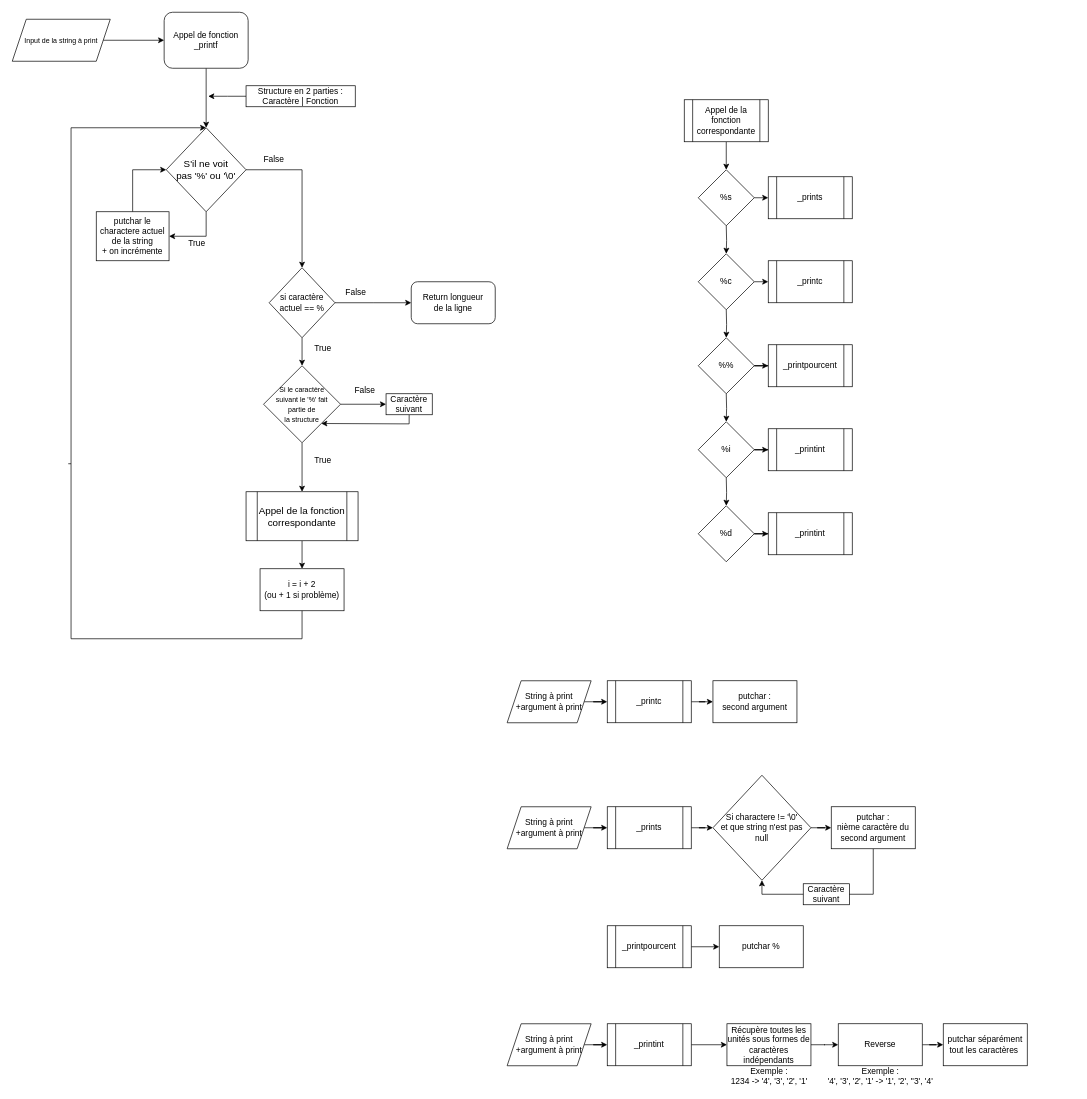
This is Flowchart Printf.drawio from Tulkiidra/holbertonschool-printf, a draw.io file, before an edit. Source tidied: cells renumbered, new cells numbered last; positions are measured from the earlier drawing's top-left corner, leaving out a move shared by most shapes. Both pictures are drawn from the tidied source at 70%, with x=0, y=0 at pixel (12, 12).
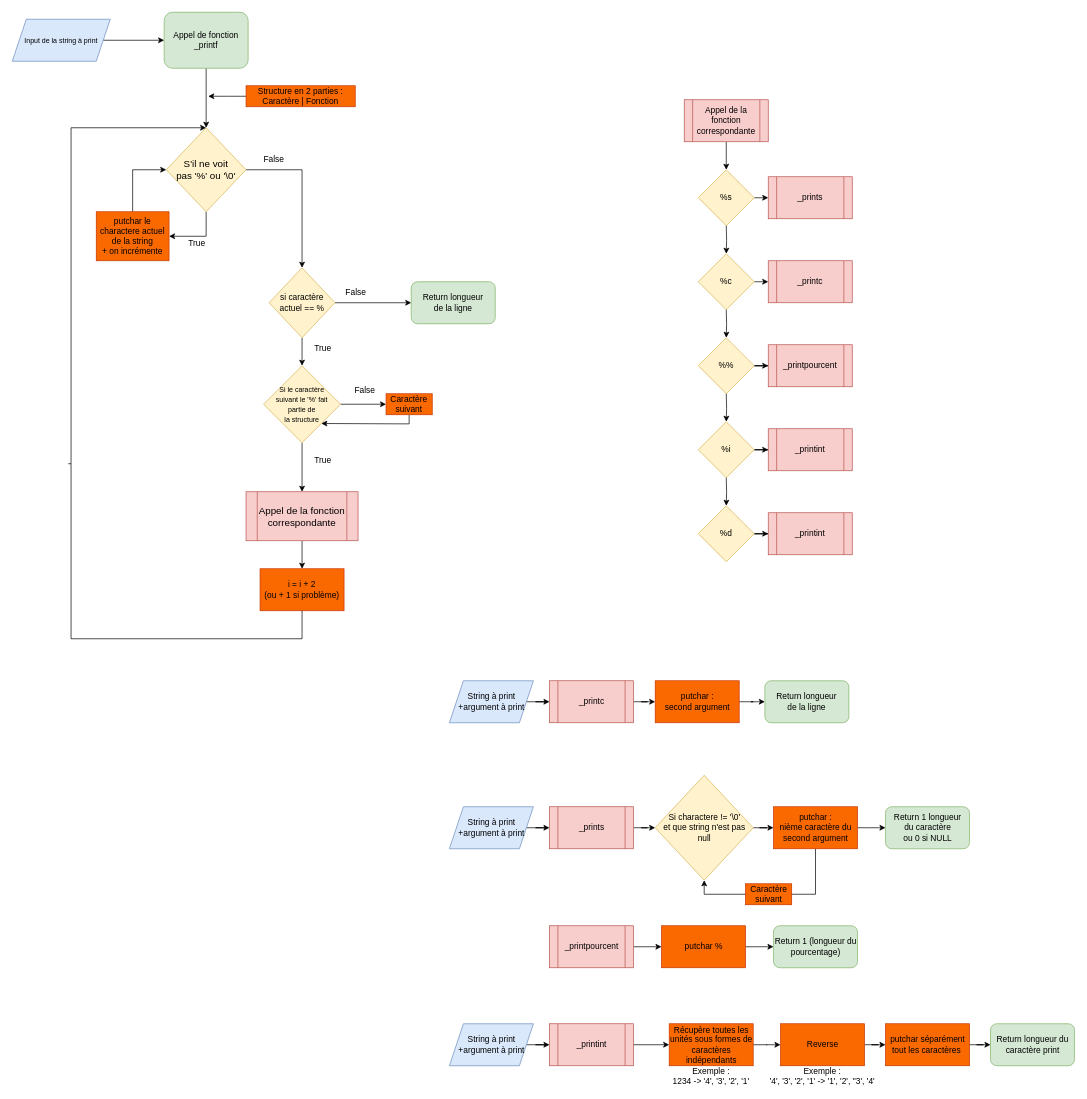
The same diagram, later.

Commit message:
Mettre à jour Flowchart Printf.drawio

Diff of the diagram source:
```diff
@@
-    <mxCell id="3" value="Appel de fonction _printf" style="rounded=1;whiteSpace=wrap;html=1;fontFamily=Helvetica;fontSize=12;fontColor=default;align=center;strokeColor=default;fillColor=default;" parent="1" vertex="1">
+    <mxCell id="3" value="Appel de fonction _printf" style="rounded=1;whiteSpace=wrap;html=1;fontFamily=Helvetica;fontSize=12;align=center;strokeColor=#82b366;fillColor=#d5e8d4;" parent="1" vertex="1">
       <mxGeometry x="217" width="120" height="80" as="geometry" />
     </mxCell>
@@
-    <mxCell id="6" value="&lt;font style=&quot;font-size: 14px;&quot;&gt;S'il ne voit &lt;br&gt;pas '%' ou '\0'&lt;/font&gt;" style="rhombus;whiteSpace=wrap;html=1;" parent="1" vertex="1">
+    <mxCell id="6" value="&lt;font style=&quot;font-size: 14px;&quot;&gt;S'il ne voit &lt;br&gt;pas '%' ou '\0'&lt;/font&gt;" style="rhombus;whiteSpace=wrap;html=1;fillColor=#fff2cc;strokeColor=#d6b656;" parent="1" vertex="1">
       <mxGeometry x="220" y="165" width="114" height="120" as="geometry" />
     </mxCell>
@@
-    <mxCell id="8" value="putchar le charactere actuel de la string&lt;br&gt;+ on incrémente" style="rounded=0;whiteSpace=wrap;html=1;" parent="1" vertex="1">
+    <mxCell id="8" value="putchar le charactere actuel de la string&lt;br&gt;+ on incrémente" style="rounded=0;whiteSpace=wrap;html=1;fillColor=#fa6800;strokeColor=#C73500;fontColor=#000000;" parent="1" vertex="1">
       <mxGeometry x="120" y="285" width="104" height="70" as="geometry" />
     </mxCell>
@@
-    <mxCell id="11" value="si caractère actuel == %" style="rhombus;whiteSpace=wrap;html=1;" parent="1" vertex="1">
+    <mxCell id="11" value="si caractère actuel == %" style="rhombus;whiteSpace=wrap;html=1;fillColor=#fff2cc;strokeColor=#d6b656;" parent="1" vertex="1">
       <mxGeometry x="367" y="365" width="94" height="100" as="geometry" />
     </mxCell>
@@
-    <mxCell id="14" value="&lt;font style=&quot;font-size: 10px;&quot;&gt;Si le caractère&lt;br&gt;suivant le '%' fait&lt;br&gt;partie de &lt;br&gt;la structure&lt;/font&gt;" style="rhombus;whiteSpace=wrap;html=1;" parent="1" vertex="1">
+    <mxCell id="14" value="&lt;font style=&quot;font-size: 10px;&quot;&gt;Si le caractère&lt;br&gt;suivant le '%' fait&lt;br&gt;partie de &lt;br&gt;la structure&lt;/font&gt;" style="rhombus;whiteSpace=wrap;html=1;fillColor=#fff2cc;strokeColor=#d6b656;" parent="1" vertex="1">
       <mxGeometry x="359" y="505" width="110" height="110" as="geometry" />
     </mxCell>
@@
-    <mxCell id="16" value="Caractère suivant" style="rounded=0;whiteSpace=wrap;html=1;" parent="1" vertex="1">
+    <mxCell id="16" value="Caractère suivant" style="rounded=0;whiteSpace=wrap;html=1;fillColor=#fa6800;strokeColor=#C73500;fontColor=#000000;" parent="1" vertex="1">
       <mxGeometry x="534" y="545" width="66" height="30" as="geometry" />
     </mxCell>
@@
-    <mxCell id="18" value="i = i + 2&lt;br&gt;(ou + 1 si problème)" style="rounded=0;whiteSpace=wrap;html=1;" parent="1" vertex="1">
+    <mxCell id="18" value="i = i + 2&lt;br&gt;(ou + 1 si problème)" style="rounded=0;whiteSpace=wrap;html=1;fillColor=#fa6800;strokeColor=#C73500;fontColor=#000000;" parent="1" vertex="1">
       <mxGeometry x="354" y="795" width="120" height="60" as="geometry" />
     </mxCell>
@@
-    <mxCell id="26" value="Structure en 2 parties :&lt;br&gt;Caractère | Fonction" style="rounded=0;whiteSpace=wrap;html=1;" parent="1" vertex="1">
+    <mxCell id="26" value="Structure en 2 parties :&lt;br&gt;Caractère | Fonction" style="rounded=0;whiteSpace=wrap;html=1;fillColor=#fa6800;strokeColor=#C73500;fontColor=#000000;" parent="1" vertex="1">
       <mxGeometry x="334" y="105" width="156" height="30" as="geometry" />
     </mxCell>
@@
-    <mxCell id="28" value="Appel de la fonction correspondante" style="shape=process;whiteSpace=wrap;html=1;backgroundOutline=1;fontSize=14;" parent="1" vertex="1">
+    <mxCell id="28" value="Appel de la fonction correspondante" style="shape=process;whiteSpace=wrap;html=1;backgroundOutline=1;fontSize=14;fillColor=#f8cecc;strokeColor=#b85450;" parent="1" vertex="1">
       <mxGeometry x="334" y="685" width="160" height="70" as="geometry" />
     </mxCell>
@@
-    <mxCell id="30" value="Input de la string à print" style="shape=parallelogram;perimeter=parallelogramPerimeter;whiteSpace=wrap;html=1;fixedSize=1;fontSize=10;" parent="1" vertex="1">
+    <mxCell id="30" value="Input de la string à print" style="shape=parallelogram;perimeter=parallelogramPerimeter;whiteSpace=wrap;html=1;fixedSize=1;fontSize=10;fillColor=#dae8fc;strokeColor=#6c8ebf;" parent="1" vertex="1">
       <mxGeometry y="10" width="140" height="60" as="geometry" />
     </mxCell>
@@
-    <mxCell id="32" value="&lt;font style=&quot;font-size: 12px;&quot;&gt;Return longueur&lt;br&gt;de la ligne&lt;/font&gt;" style="rounded=1;whiteSpace=wrap;html=1;fontSize=10;" parent="1" vertex="1">
+    <mxCell id="32" value="&lt;font style=&quot;font-size: 12px;&quot;&gt;Return longueur&lt;br&gt;de la ligne&lt;/font&gt;" style="rounded=1;whiteSpace=wrap;html=1;fontSize=10;fillColor=#d5e8d4;strokeColor=#82b366;" parent="1" vertex="1">
       <mxGeometry x="570" y="385" width="120" height="60" as="geometry" />
     </mxCell>
@@
-    <mxCell id="34" value="Appel de la fonction correspondante" style="shape=process;whiteSpace=wrap;html=1;backgroundOutline=1;fontSize=12;" parent="1" vertex="1">
+    <mxCell id="34" value="Appel de la fonction correspondante" style="shape=process;whiteSpace=wrap;html=1;backgroundOutline=1;fontSize=12;fillColor=#f8cecc;strokeColor=#b85450;" parent="1" vertex="1">
       <mxGeometry x="960" y="125" width="120" height="60" as="geometry" />
     </mxCell>
@@
-    <mxCell id="36" value="%s" style="rhombus;whiteSpace=wrap;html=1;fontSize=12;" parent="1" vertex="1">
+    <mxCell id="36" value="%s" style="rhombus;whiteSpace=wrap;html=1;fontSize=12;fillColor=#fff2cc;strokeColor=#d6b656;" parent="1" vertex="1">
       <mxGeometry x="980" y="225" width="80" height="80" as="geometry" />
     </mxCell>
@@
-    <mxCell id="39" value="%c" style="rhombus;whiteSpace=wrap;html=1;fontSize=12;" parent="1" vertex="1">
+    <mxCell id="39" value="%c" style="rhombus;whiteSpace=wrap;html=1;fontSize=12;fillColor=#fff2cc;strokeColor=#d6b656;" parent="1" vertex="1">
       <mxGeometry x="980" y="345" width="80" height="80" as="geometry" />
     </mxCell>
@@
-    <mxCell id="42" value="%%" style="rhombus;whiteSpace=wrap;html=1;fontSize=12;" parent="1" vertex="1">
+    <mxCell id="42" value="%%" style="rhombus;whiteSpace=wrap;html=1;fontSize=12;fillColor=#fff2cc;strokeColor=#d6b656;" parent="1" vertex="1">
       <mxGeometry x="980" y="465" width="80" height="80" as="geometry" />
     </mxCell>
@@
-    <mxCell id="45" value="%i" style="rhombus;whiteSpace=wrap;html=1;fontSize=12;" parent="1" vertex="1">
+    <mxCell id="45" value="%i" style="rhombus;whiteSpace=wrap;html=1;fontSize=12;fillColor=#fff2cc;strokeColor=#d6b656;" parent="1" vertex="1">
       <mxGeometry x="980" y="585" width="80" height="80" as="geometry" />
     </mxCell>
@@
-    <mxCell id="48" value="%d" style="rhombus;whiteSpace=wrap;html=1;fontSize=12;" parent="1" vertex="1">
+    <mxCell id="48" value="%d" style="rhombus;whiteSpace=wrap;html=1;fontSize=12;fillColor=#fff2cc;strokeColor=#d6b656;" parent="1" vertex="1">
       <mxGeometry x="980" y="705" width="80" height="80" as="geometry" />
     </mxCell>
-    <mxCell id="49" value="_prints" style="shape=process;whiteSpace=wrap;html=1;backgroundOutline=1;fontSize=12;" parent="1" vertex="1">
+    <mxCell id="49" value="_prints" style="shape=process;whiteSpace=wrap;html=1;backgroundOutline=1;fontSize=12;fillColor=#f8cecc;strokeColor=#b85450;" parent="1" vertex="1">
       <mxGeometry x="1080" y="235" width="120" height="60" as="geometry" />
     </mxCell>
-    <mxCell id="50" value="_printc" style="shape=process;whiteSpace=wrap;html=1;backgroundOutline=1;fontSize=12;" parent="1" vertex="1">
+    <mxCell id="50" value="_printc" style="shape=process;whiteSpace=wrap;html=1;backgroundOutline=1;fontSize=12;fillColor=#f8cecc;strokeColor=#b85450;" parent="1" vertex="1">
       <mxGeometry x="1080" y="355" width="120" height="60" as="geometry" />
     </mxCell>
-    <mxCell id="51" value="_printpourcent" style="shape=process;whiteSpace=wrap;html=1;backgroundOutline=1;fontSize=12;" parent="1" vertex="1">
+    <mxCell id="51" value="_printpourcent" style="shape=process;whiteSpace=wrap;html=1;backgroundOutline=1;fontSize=12;fillColor=#f8cecc;strokeColor=#b85450;" parent="1" vertex="1">
       <mxGeometry x="1080" y="475" width="120" height="60" as="geometry" />
     </mxCell>
-    <mxCell id="52" value="_printint" style="shape=process;whiteSpace=wrap;html=1;backgroundOutline=1;fontSize=12;" parent="1" vertex="1">
+    <mxCell id="52" value="_printint" style="shape=process;whiteSpace=wrap;html=1;backgroundOutline=1;fontSize=12;fillColor=#f8cecc;strokeColor=#b85450;" parent="1" vertex="1">
       <mxGeometry x="1080" y="595" width="120" height="60" as="geometry" />
     </mxCell>
-    <mxCell id="53" value="_printint" style="shape=process;whiteSpace=wrap;html=1;backgroundOutline=1;fontSize=12;" parent="1" vertex="1">
+    <mxCell id="53" value="_printint" style="shape=process;whiteSpace=wrap;html=1;backgroundOutline=1;fontSize=12;fillColor=#f8cecc;strokeColor=#b85450;" parent="1" vertex="1">
       <mxGeometry x="1080" y="715" width="120" height="60" as="geometry" />
     </mxCell>
@@
-    <mxCell id="55" value="_printc" style="shape=process;whiteSpace=wrap;html=1;backgroundOutline=1;fontSize=12;" parent="1" vertex="1">
-      <mxGeometry x="850" y="955" width="120" height="60" as="geometry" />
+    <mxCell id="55" value="_printc" style="shape=process;whiteSpace=wrap;html=1;backgroundOutline=1;fontSize=12;fillColor=#f8cecc;strokeColor=#b85450;" parent="1" vertex="1">
+      <mxGeometry x="767.5" y="955" width="120" height="60" as="geometry" />
     </mxCell>
@@
-    <mxCell id="57" value="String à print&lt;br&gt;+argument à print" style="shape=parallelogram;perimeter=parallelogramPerimeter;whiteSpace=wrap;html=1;fixedSize=1;fontSize=12;" parent="1" vertex="1">
-      <mxGeometry x="707" y="955" width="120" height="60" as="geometry" />
+    <mxCell id="57" value="String à print&lt;br&gt;+argument à print" style="shape=parallelogram;perimeter=parallelogramPerimeter;whiteSpace=wrap;html=1;fixedSize=1;fontSize=12;fillColor=#dae8fc;strokeColor=#6c8ebf;" parent="1" vertex="1">
+      <mxGeometry x="624.5" y="955" width="120" height="60" as="geometry" />
     </mxCell>
+    <mxCell id="82" style="edgeStyle=orthogonalEdgeStyle;rounded=0;jettySize=auto;html=1;" parent="1" edge="1" source="58" target="86">
+      <mxGeometry relative="1" as="geometry" />
+    </mxCell>
-    <mxCell id="58" value="putchar :&lt;br&gt;second argument" style="rounded=0;whiteSpace=wrap;html=1;fontSize=12;" parent="1" vertex="1">
-      <mxGeometry x="1001" y="955" width="120" height="60" as="geometry" />
+    <mxCell id="58" value="putchar :&lt;br&gt;second argument" style="rounded=0;whiteSpace=wrap;html=1;fontSize=12;fillColor=#fa6800;strokeColor=#C73500;fontColor=#000000;" parent="1" vertex="1">
+      <mxGeometry x="918.5" y="955" width="120" height="60" as="geometry" />
     </mxCell>
@@
-    <mxCell id="60" value="_prints" style="shape=process;whiteSpace=wrap;html=1;backgroundOutline=1;fontSize=12;" parent="1" vertex="1">
-      <mxGeometry x="850" y="1135" width="120" height="60" as="geometry" />
+    <mxCell id="60" value="_prints" style="shape=process;whiteSpace=wrap;html=1;backgroundOutline=1;fontSize=12;fillColor=#f8cecc;strokeColor=#b85450;" parent="1" vertex="1">
+      <mxGeometry x="767.5" y="1135" width="120" height="60" as="geometry" />
     </mxCell>
@@
-    <mxCell id="62" value="String à print&lt;br&gt;+argument à print" style="shape=parallelogram;perimeter=parallelogramPerimeter;whiteSpace=wrap;html=1;fixedSize=1;fontSize=12;" parent="1" vertex="1">
-      <mxGeometry x="707" y="1135" width="120" height="60" as="geometry" />
+    <mxCell id="62" value="String à print&lt;br&gt;+argument à print" style="shape=parallelogram;perimeter=parallelogramPerimeter;whiteSpace=wrap;html=1;fixedSize=1;fontSize=12;fillColor=#dae8fc;strokeColor=#6c8ebf;" parent="1" vertex="1">
+      <mxGeometry x="624.5" y="1135" width="120" height="60" as="geometry" />
     </mxCell>
     <mxCell id="63" style="edgeStyle=orthogonalEdgeStyle;rounded=0;jettySize=auto;html=1;fontSize=12;entryX=0.5;entryY=1;entryDx=0;entryDy=0;" parent="1" edge="1" source="64" target="66">
       <mxGeometry relative="1" as="geometry">
         <Array as="points">
-          <mxPoint x="1230" y="1260" />
-          <mxPoint x="1071" y="1260" />
+          <mxPoint x="1147.5" y="1260" />
+          <mxPoint x="988.5" y="1260" />
         </Array>
       </mxGeometry>
     </mxCell>
+    <mxCell id="83" style="edgeStyle=orthogonalEdgeStyle;rounded=0;jettySize=auto;html=1;" parent="1" edge="1" source="64" target="87">
+      <mxGeometry relative="1" as="geometry" />
+    </mxCell>
-    <mxCell id="64" value="putchar :&lt;br&gt;nième caractère du second argument" style="rounded=0;whiteSpace=wrap;html=1;fontSize=12;" parent="1" vertex="1">
-      <mxGeometry x="1170" y="1135" width="120" height="60" as="geometry" />
+    <mxCell id="64" value="putchar :&lt;br&gt;nième caractère du second argument" style="rounded=0;whiteSpace=wrap;html=1;fontSize=12;fillColor=#fa6800;strokeColor=#C73500;fontColor=#000000;" parent="1" vertex="1">
+      <mxGeometry x="1087.5" y="1135" width="120" height="60" as="geometry" />
     </mxCell>
@@
-    <mxCell id="66" value="Si charactere != '\0'&lt;br&gt;et que string n'est pas null" style="rhombus;whiteSpace=wrap;html=1;fontSize=12;" parent="1" vertex="1">
-      <mxGeometry x="1001" y="1090" width="140" height="150" as="geometry" />
+    <mxCell id="66" value="Si charactere != '\0'&lt;br&gt;et que string n'est pas null" style="rhombus;whiteSpace=wrap;html=1;fontSize=12;fillColor=#fff2cc;strokeColor=#d6b656;" parent="1" vertex="1">
+      <mxGeometry x="918.5" y="1090" width="140" height="150" as="geometry" />
     </mxCell>
-    <mxCell id="67" value="Caractère suivant" style="rounded=0;whiteSpace=wrap;html=1;" parent="1" vertex="1">
-      <mxGeometry x="1130" y="1245" width="66" height="30" as="geometry" />
+    <mxCell id="67" value="Caractère suivant" style="rounded=0;whiteSpace=wrap;html=1;fillColor=#fa6800;strokeColor=#C73500;fontColor=#000000;" parent="1" vertex="1">
+      <mxGeometry x="1047.5" y="1245" width="66" height="30" as="geometry" />
     </mxCell>
@@
-    <mxCell id="69" value="_printpourcent" style="shape=process;whiteSpace=wrap;html=1;backgroundOutline=1;fontSize=12;" parent="1" vertex="1">
-      <mxGeometry x="850" y="1305" width="120" height="60" as="geometry" />
+    <mxCell id="69" value="_printpourcent" style="shape=process;whiteSpace=wrap;html=1;backgroundOutline=1;fontSize=12;fillColor=#f8cecc;strokeColor=#b85450;" parent="1" vertex="1">
+      <mxGeometry x="767.5" y="1305" width="120" height="60" as="geometry" />
     </mxCell>
+    <mxCell id="84" style="edgeStyle=orthogonalEdgeStyle;rounded=0;jettySize=auto;html=1;" parent="1" edge="1" source="70" target="88">
+      <mxGeometry relative="1" as="geometry" />
+    </mxCell>
-    <mxCell id="70" value="putchar %" style="rounded=0;whiteSpace=wrap;html=1;fontSize=12;" parent="1" vertex="1">
-      <mxGeometry x="1010" y="1305" width="120" height="60" as="geometry" />
+    <mxCell id="70" value="putchar %" style="rounded=0;whiteSpace=wrap;html=1;fontSize=12;fillColor=#fa6800;strokeColor=#C73500;fontColor=#000000;" parent="1" vertex="1">
+      <mxGeometry x="927.5" y="1305" width="120" height="60" as="geometry" />
     </mxCell>
@@
-    <mxCell id="72" value="_printint" style="shape=process;whiteSpace=wrap;html=1;backgroundOutline=1;fontSize=12;" parent="1" vertex="1">
-      <mxGeometry x="850" y="1445" width="120" height="60" as="geometry" />
+    <mxCell id="72" value="_printint" style="shape=process;whiteSpace=wrap;html=1;backgroundOutline=1;fontSize=12;fillColor=#f8cecc;strokeColor=#b85450;" parent="1" vertex="1">
+      <mxGeometry x="767.5" y="1445" width="120" height="60" as="geometry" />
     </mxCell>
@@
-    <mxCell id="74" value="String à print&lt;br&gt;+argument à print" style="shape=parallelogram;perimeter=parallelogramPerimeter;whiteSpace=wrap;html=1;fixedSize=1;fontSize=12;" parent="1" vertex="1">
-      <mxGeometry x="707" y="1445" width="120" height="60" as="geometry" />
+    <mxCell id="74" value="String à print&lt;br&gt;+argument à print" style="shape=parallelogram;perimeter=parallelogramPerimeter;whiteSpace=wrap;html=1;fixedSize=1;fontSize=12;fillColor=#dae8fc;strokeColor=#6c8ebf;" parent="1" vertex="1">
+      <mxGeometry x="624.5" y="1445" width="120" height="60" as="geometry" />
     </mxCell>
@@
-    <mxCell id="76" value="Récupère toutes les unités sous formes de caractères indépendants" style="rounded=0;whiteSpace=wrap;html=1;fontSize=12;" parent="1" vertex="1">
-      <mxGeometry x="1021" y="1445" width="120" height="60" as="geometry" />
+    <mxCell id="76" value="Récupère toutes les unités sous formes de caractères indépendants" style="rounded=0;whiteSpace=wrap;html=1;fontSize=12;fillColor=#fa6800;strokeColor=#C73500;fontColor=#000000;" parent="1" vertex="1">
+      <mxGeometry x="938.5" y="1445" width="120" height="60" as="geometry" />
     </mxCell>
     <mxCell id="77" value="Exemple : &lt;br&gt;1234 -&amp;gt; '4', '3', '2', '1'" style="text;html=1;strokeColor=none;fillColor=none;align=center;verticalAlign=middle;whiteSpace=wrap;rounded=0;fontSize=12;" parent="1" vertex="1">
-      <mxGeometry x="1016.5" y="1505" width="129" height="30" as="geometry" />
+      <mxGeometry x="934" y="1505" width="129" height="30" as="geometry" />
     </mxCell>
@@
-    <mxCell id="79" value="Reverse" style="rounded=0;whiteSpace=wrap;html=1;fontSize=12;" parent="1" vertex="1">
-      <mxGeometry x="1180" y="1445" width="120" height="60" as="geometry" />
+    <mxCell id="79" value="Reverse" style="rounded=0;whiteSpace=wrap;html=1;fontSize=12;fillColor=#fa6800;strokeColor=#C73500;fontColor=#000000;" parent="1" vertex="1">
+      <mxGeometry x="1097.5" y="1445" width="120" height="60" as="geometry" />
     </mxCell>
     <mxCell id="80" value="Exemple : &lt;br&gt;'4', '3', '2', '1' -&amp;gt; '1', '2', ''3', '4'" style="text;html=1;strokeColor=none;fillColor=none;align=center;verticalAlign=middle;whiteSpace=wrap;rounded=0;fontSize=12;" parent="1" vertex="1">
-      <mxGeometry x="1157.8" y="1505" width="164.5" height="30" as="geometry" />
+      <mxGeometry x="1075.2" y="1505" width="164.5" height="30" as="geometry" />
     </mxCell>
+    <mxCell id="85" style="edgeStyle=orthogonalEdgeStyle;rounded=0;jettySize=auto;html=1;" parent="1" edge="1" source="81" target="89">
+      <mxGeometry relative="1" as="geometry" />
+    </mxCell>
-    <mxCell id="81" value="putchar séparément tout les caractères&amp;nbsp;" style="rounded=0;whiteSpace=wrap;html=1;fontSize=12;" parent="1" vertex="1">
-      <mxGeometry x="1330" y="1445" width="120" height="60" as="geometry" />
+    <mxCell id="81" value="putchar séparément tout les caractères&amp;nbsp;" style="rounded=0;whiteSpace=wrap;html=1;fontSize=12;fillColor=#fa6800;strokeColor=#C73500;fontColor=#000000;" parent="1" vertex="1">
+      <mxGeometry x="1247.5" y="1445" width="120" height="60" as="geometry" />
     </mxCell>
+    <mxCell id="86" value="&lt;font style=&quot;font-size: 12px;&quot;&gt;Return longueur&lt;br&gt;de la ligne&lt;/font&gt;" style="rounded=1;whiteSpace=wrap;html=1;fontSize=10;fillColor=#d5e8d4;strokeColor=#82b366;" parent="1" vertex="1">
+      <mxGeometry x="1075.2" y="955" width="120" height="60" as="geometry" />
+    </mxCell>
+    <mxCell id="87" value="&lt;font style=&quot;font-size: 12px;&quot;&gt;Return 1 longueur&lt;br&gt;du caractère&lt;br&gt;ou 0 si NULL&lt;br&gt;&lt;/font&gt;" style="rounded=1;whiteSpace=wrap;html=1;fontSize=10;fillColor=#d5e8d4;strokeColor=#82b366;" parent="1" vertex="1">
+      <mxGeometry x="1247.5" y="1135" width="120" height="60" as="geometry" />
+    </mxCell>
+    <mxCell id="88" value="&lt;font style=&quot;font-size: 12px;&quot;&gt;Return 1 (longueur du pourcentage)&lt;br&gt;&lt;/font&gt;" style="rounded=1;whiteSpace=wrap;html=1;fontSize=10;fillColor=#d5e8d4;strokeColor=#82b366;" parent="1" vertex="1">
+      <mxGeometry x="1087.5" y="1305" width="120" height="60" as="geometry" />
+    </mxCell>
+    <mxCell id="89" value="&lt;font style=&quot;font-size: 12px;&quot;&gt;Return longueur du caractère print&lt;br&gt;&lt;/font&gt;" style="rounded=1;whiteSpace=wrap;html=1;fontSize=10;fillColor=#d5e8d4;strokeColor=#82b366;" parent="1" vertex="1">
+      <mxGeometry x="1397.5" y="1445" width="120" height="60" as="geometry" />
+    </mxCell>
```
